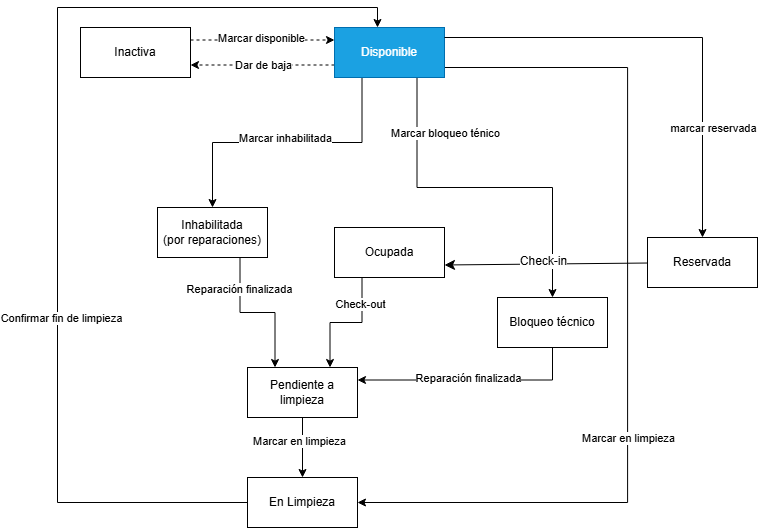
Before: documentos/diagramas/maquina-de-estados.png, a diagram exported from draw.io (MirianMarriaga/hospitua-module-1). Source tidied: cells renumbered, new cells last; positions are measured from the earlier drawing's top-left corner, leaving out a move shared by most shapes.
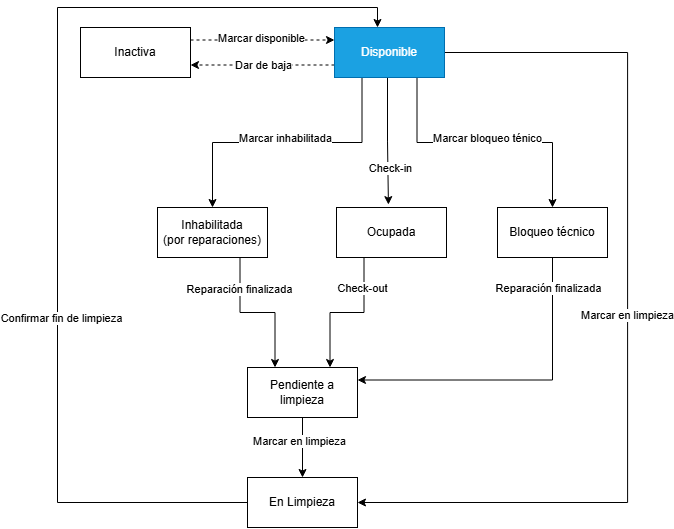
Above is the later version.

Change to the diagram source:
```diff
@@ -29,27 +29,39 @@
         <mxPoint y="-7" as="offset" />
       </mxGeometry>
     </mxCell>
+    <mxCell id="34" style="edgeStyle=orthogonalEdgeStyle;rounded=0;jettySize=auto;html=1;exitX=0.5;exitY=1;exitDx=0;exitDy=0;" parent="1" edge="1" source="13">
+      <mxGeometry relative="1" as="geometry">
+        <mxPoint x="330.9" y="197.1" as="targetPoint" />
+        <Array as="points">
+          <mxPoint x="330" y="70" />
+          <mxPoint x="330" y="133.6" />
+          <mxPoint x="330.9" y="133.6" />
+        </Array>
+      </mxGeometry>
+    </mxCell>
+    <mxCell id="30" value="Check-in" style="edgeLabel;html=1;align=center;verticalAlign=middle;" parent="34" vertex="1">
+      <mxGeometry x="0.14" y="-1" relative="1" as="geometry">
+        <mxPoint x="3" y="19" as="offset" />
+      </mxGeometry>
+    </mxCell>
     <mxCell id="9" style="edgeStyle=orthogonalEdgeStyle;rounded=0;jettySize=auto;html=1;exitX=0.75;exitY=1;exitDx=0;exitDy=0;entryX=0.5;entryY=0;entryDx=0;entryDy=0;" parent="1" edge="1" source="13" target="20">
       <mxGeometry relative="1" as="geometry" />
     </mxCell>
     <mxCell id="10" value="Marcar bloqueo ténico" style="edgeLabel;html=1;align=center;verticalAlign=middle;" parent="9" vertex="1">
       <mxGeometry x="0.02" y="1" relative="1" as="geometry">
-        <mxPoint x="-43" y="-54" as="offset" />
+        <mxPoint y="-4" as="offset" />
       </mxGeometry>
     </mxCell>
     <mxCell id="11" style="edgeStyle=orthogonalEdgeStyle;rounded=0;jettySize=auto;html=1;exitX=1;exitY=0.5;exitDx=0;exitDy=0;entryX=1;entryY=0.5;entryDx=0;entryDy=0;" parent="1" edge="1" source="13" target="24">
       <mxGeometry relative="1" as="geometry">
         <Array as="points">
-          <mxPoint x="387" y="60" />
-          <mxPoint x="570.1" y="60" />
-          <mxPoint x="570.1" y="495" />
+          <mxPoint x="570.1" y="45.1" />
+          <mxPoint x="570.1" y="495.1" />
         </Array>
       </mxGeometry>
     </mxCell>
     <mxCell id="12" value="Marcar en limpieza" style="edgeLabel;html=1;align=center;verticalAlign=middle;" parent="11" vertex="1">
-      <mxGeometry x="-0.01" y="-1" relative="1" as="geometry">
-        <mxPoint x="1" y="123" as="offset" />
-      </mxGeometry>
+      <mxGeometry x="-0.01" y="-1" relative="1" as="geometry" />
     </mxCell>
     <mxCell id="13" value="Disponible" style="html=1;whiteSpace=wrap;fillColor=#1ba1e2;fontColor=#ffffff;strokeColor=#006EAF;" parent="1" vertex="1">
       <mxGeometry x="277" y="20" width="110" height="50" as="geometry" />
@@ -72,10 +84,10 @@
       </mxGeometry>
     </mxCell>
     <mxCell id="19" value="Ocupada" style="html=1;whiteSpace=wrap;" parent="1" vertex="1">
-      <mxGeometry x="277" y="220" width="110" height="50" as="geometry" />
+      <mxGeometry x="279" y="200" width="110" height="50" as="geometry" />
     </mxCell>
     <mxCell id="20" value="Bloqueo técnico" style="html=1;whiteSpace=wrap;" parent="1" vertex="1">
-      <mxGeometry x="440" y="290" width="110" height="50" as="geometry" />
+      <mxGeometry x="440" y="200" width="110" height="50" as="geometry" />
     </mxCell>
     <mxCell id="21" style="edgeStyle=orthogonalEdgeStyle;rounded=0;jettySize=auto;html=1;exitX=0.5;exitY=1;exitDx=0;exitDy=0;" parent="1" edge="1" source="23" target="24">
       <mxGeometry relative="1" as="geometry" />
@@ -108,29 +120,8 @@
     </mxCell>
     <mxCell id="28" value="Reparación finalizada" style="edgeLabel;html=1;align=center;verticalAlign=middle;" parent="27" vertex="1">
       <mxGeometry x="-0.57" y="-1" relative="1" as="geometry">
-        <mxPoint x="-68" y="-1" as="offset" />
+        <mxPoint x="-4" y="-39" as="offset" />
       </mxGeometry>
     </mxCell>
-    <mxCell id="29" style="edgeStyle=none;curved=0;rounded=0;jettySize=auto;html=1;entryX=1;entryY=0.75;entryDx=0;entryDy=0;fontSize=12;startSize=8;endSize=8;" parent="1" edge="1" source="31" target="19">
-      <mxGeometry relative="1" as="geometry" />
-    </mxCell>
-    <mxCell id="30" value="Check-in" style="edgeLabel;html=1;align=center;verticalAlign=middle;fontSize=12;" parent="29" vertex="1">
-      <mxGeometry x="0.02" y="-3" relative="1" as="geometry" />
-    </mxCell>
-    <mxCell id="31" value="Reservada" style="html=1;whiteSpace=wrap;" parent="1" vertex="1">
-      <mxGeometry x="590" y="230" width="110" height="50" as="geometry" />
-    </mxCell>
-    <mxCell id="32" style="edgeStyle=orthogonalEdgeStyle;rounded=0;jettySize=auto;html=1;entryX=0.5;entryY=0;entryDx=0;entryDy=0;" parent="1" edge="1" source="13" target="31">
-      <mxGeometry relative="1" as="geometry">
-        <Array as="points">
-          <mxPoint x="645" y="30" />
-        </Array>
-      </mxGeometry>
-    </mxCell>
-    <mxCell id="33" value="marcar reservada" style="edgeLabel;html=1;align=center;verticalAlign=middle;" parent="32" vertex="1">
-      <mxGeometry x="-0.01" y="-1" relative="1" as="geometry">
-        <mxPoint x="42" y="89" as="offset" />
-      </mxGeometry>
-    </mxCell>
   </root>
 </mxGraphModel>
```
